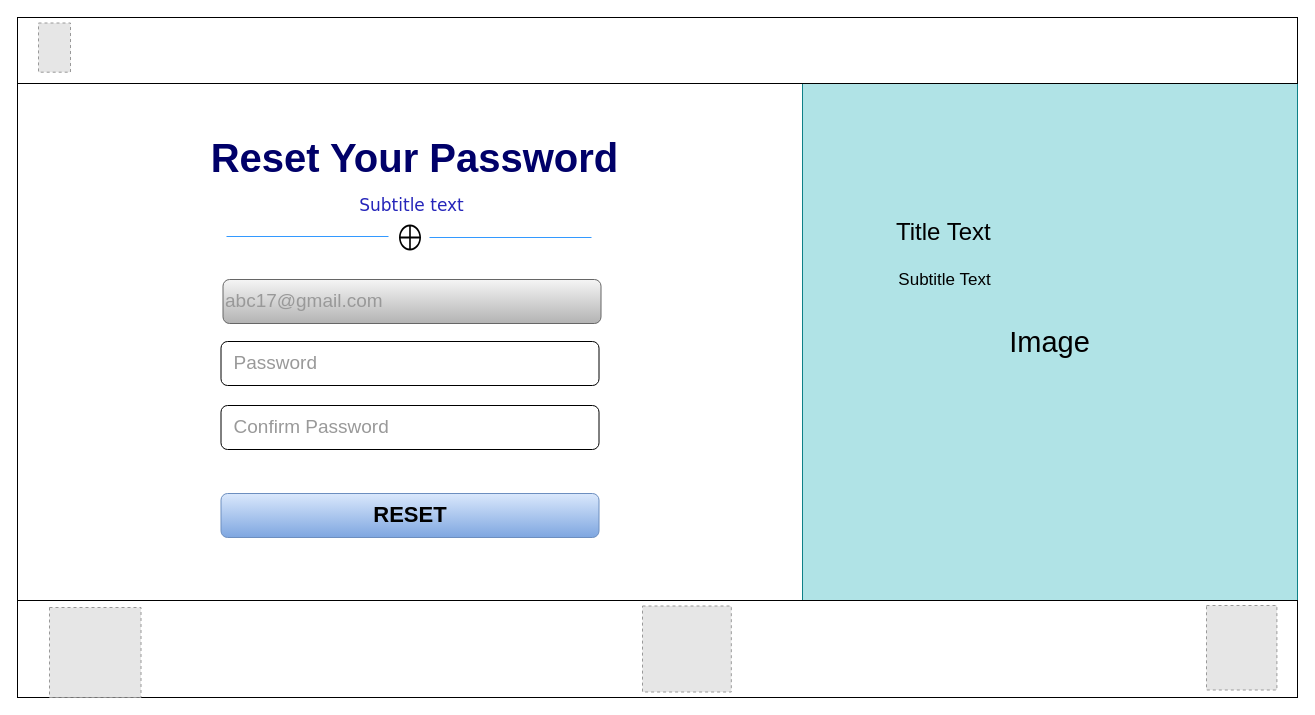
ayushi1719/ecommerce keeps this draw.io diagram as page "Reset Password Page" (4 of 6) of Wireframes.drawio. Above is the earlier version. Source tidied: cells renumbered, new cells numbered last; positions are measured from the earlier drawing's top-left corner, leaving out a move shared by most shapes. Both pictures are drawn from the tidied source at 100%, with x=0, y=0 at pixel (17, 17). Pictures stored in the file or linked from it are replaced by grey dashed boxes.
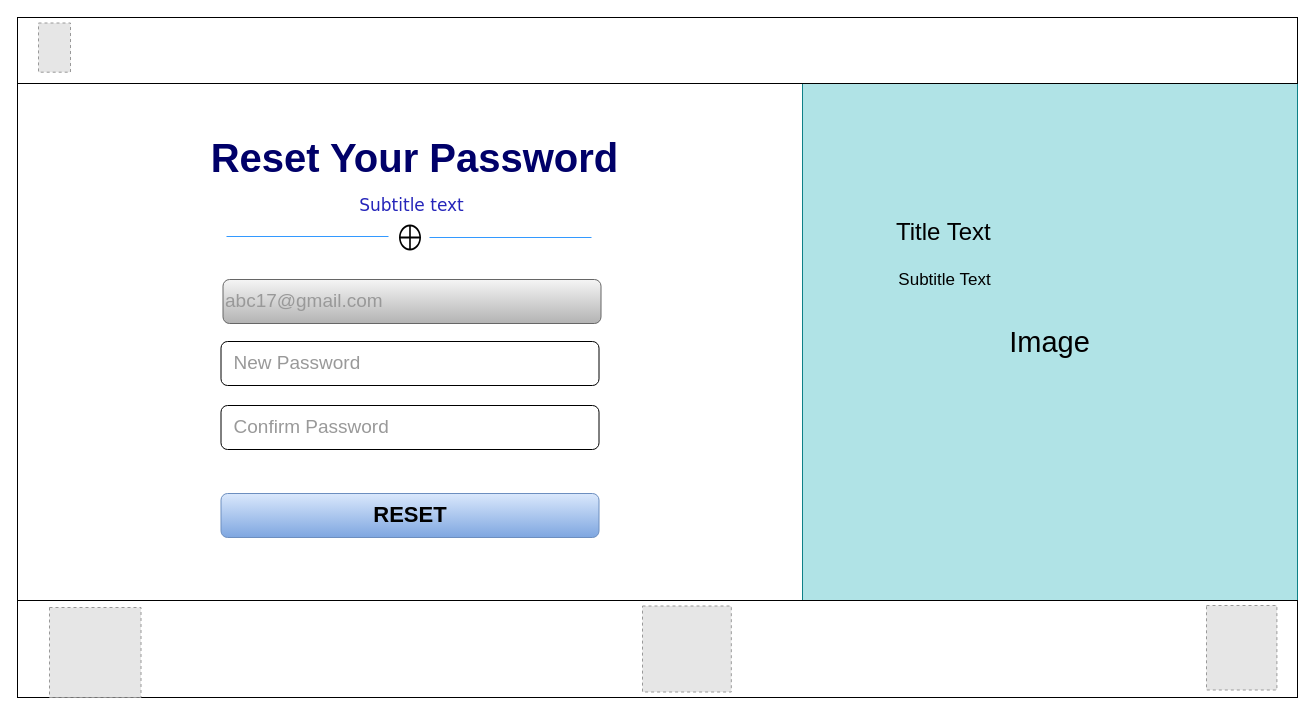
After the change.

Change to the diagram source:
```diff
@@
-    <mxCell id="9" value="&lt;span style=&quot;color: rgb(153, 153, 153); font-size: 19px;&quot;&gt;&amp;nbsp; Password&lt;/span&gt;" style="rounded=1;whiteSpace=wrap;html=1;align=left;" parent="1" vertex="1">
+    <mxCell id="9" value="&lt;span style=&quot;color: rgb(153, 153, 153); font-size: 19px;&quot;&gt;&amp;nbsp; New Password&lt;/span&gt;" style="rounded=1;whiteSpace=wrap;html=1;align=left;" parent="1" vertex="1">
       <mxGeometry x="203.5" y="324" width="378" height="44" as="geometry" />
     </mxCell>
```
